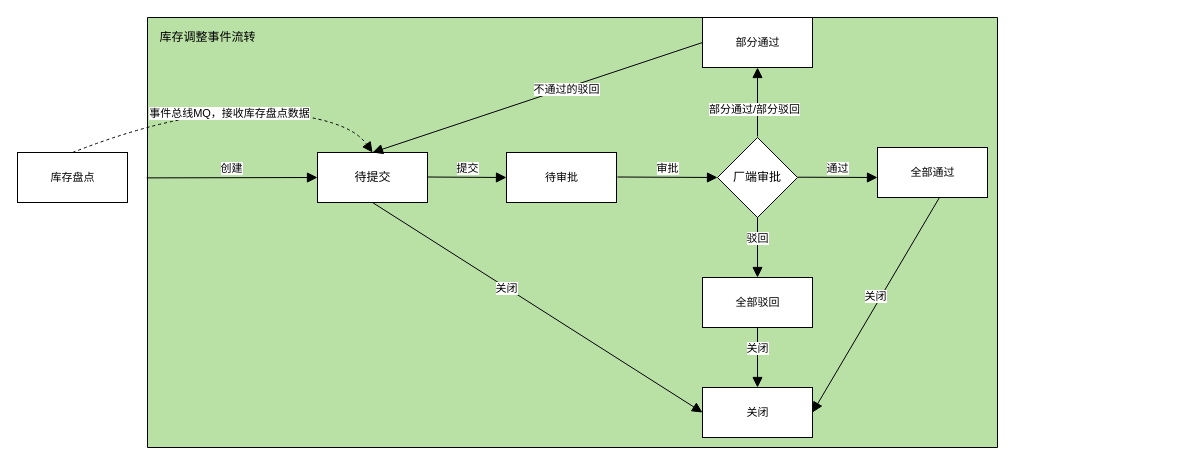
Earlier version of the draw.io diagram page "事件图" (3 of 4) of 库存调整申请单.drawio (1132489442/gitRepository1). Source tidied: cells renumbered, new cells numbered last; positions are measured from the earlier drawing's top-left corner, leaving out a move shared by most shapes. Both pictures are drawn from the tidied source at 100%, with x=0, y=0 at pixel (17, 17).
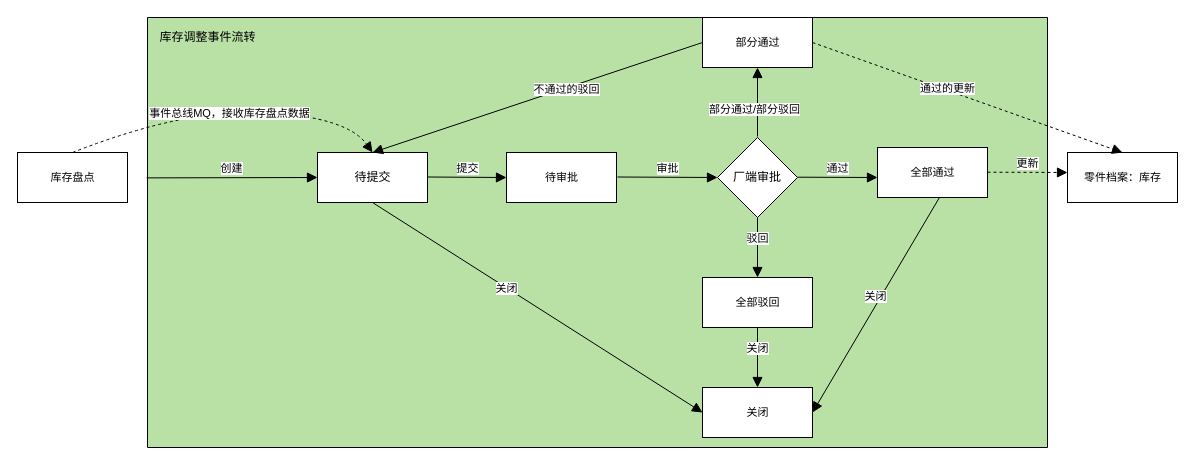
The same page after the edit.

Commit message:
更新库存调整申请单.drawio

The change refers to these unchanged cells:
```xml
<mxCell id="10" value="&lt;span style=&quot;font-size: 11px ; background-color: rgb(255 , 255 , 255)&quot;&gt;部分通过&lt;/span&gt;" style="html=1;fillColor=#FFFFFF;" parent="1" vertex="1">
  <mxGeometry x="685" width="110" height="50" as="geometry" />
</mxCell>
```

Change to the diagram source:
```diff
@@
     <mxCell id="2" style="verticalLabelPosition=bottom;verticalAlign=top;html=1;shape=mxgraph.basic.rect;fillColor2=none;strokeWidth=1;size=20;indent=5;fillColor=#B9E0A5;" parent="1" vertex="1">
-      <mxGeometry x="130" width="850" height="430" as="geometry" />
+      <mxGeometry x="130" width="900" height="430" as="geometry" />
     </mxCell>
@@
+    <mxCell id="24" value="&lt;span style=&quot;font-size: 11px ; background-color: rgb(255 , 255 , 255)&quot;&gt;零件档案：库存&lt;/span&gt;" style="html=1;fillColor=#FFFFFF;" parent="1" vertex="1">
+      <mxGeometry x="1050" y="135" width="110" height="50" as="geometry" />
+    </mxCell>
+    <mxCell id="25" value="更新" style="html=1;verticalAlign=bottom;endArrow=block;rounded=0;endFill=1;endSize=8;dashed=1;" parent="1" edge="1">
+      <mxGeometry relative="1" as="geometry">
+        <mxPoint x="970" y="154.7" as="sourcePoint" />
+        <mxPoint x="1050" y="155" as="targetPoint" />
+      </mxGeometry>
+    </mxCell>
+    <mxCell id="26" value="通过的更新" style="html=1;verticalAlign=bottom;endArrow=block;rounded=0;endFill=1;endSize=8;dashed=1;entryX=0.5;entryY=0;entryDx=0;entryDy=0;exitX=1;exitY=0.5;exitDx=0;exitDy=0;" parent="1" edge="1" source="10" target="24">
+      <mxGeometry x="-0.11" y="-7" relative="1" as="geometry" />
+    </mxCell>
```
